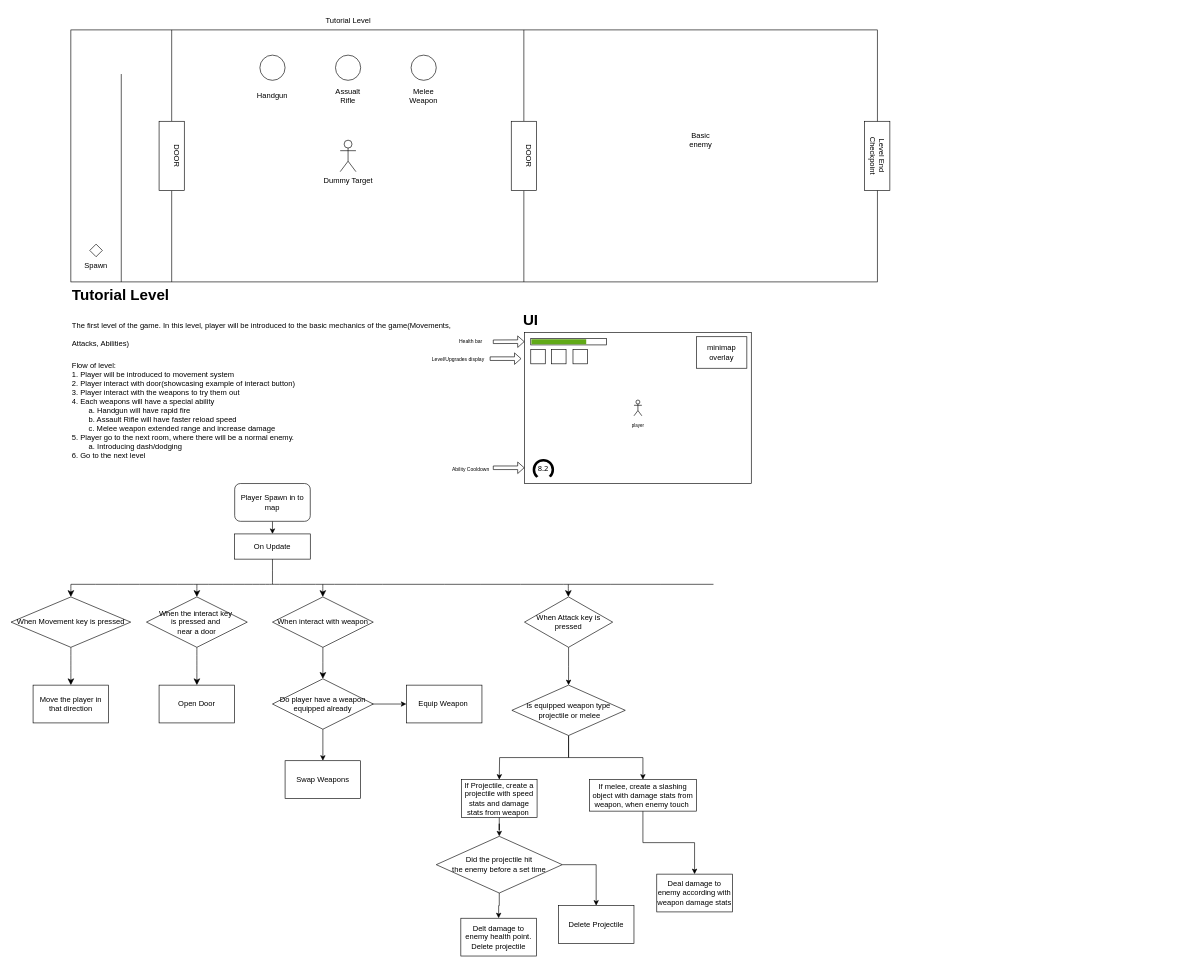
The draw.io diagram 15-final_project/initial_planning/Level_1.drawio in bwnz1x/COMP12a, before the edit. Source tidied: cells renumbered, new cells numbered last; positions are measured from the earlier drawing's top-left corner, leaving out a move shared by most shapes. Both pictures are drawn from the tidied source at 63%, with x=0, y=0 at pixel (11, 11).
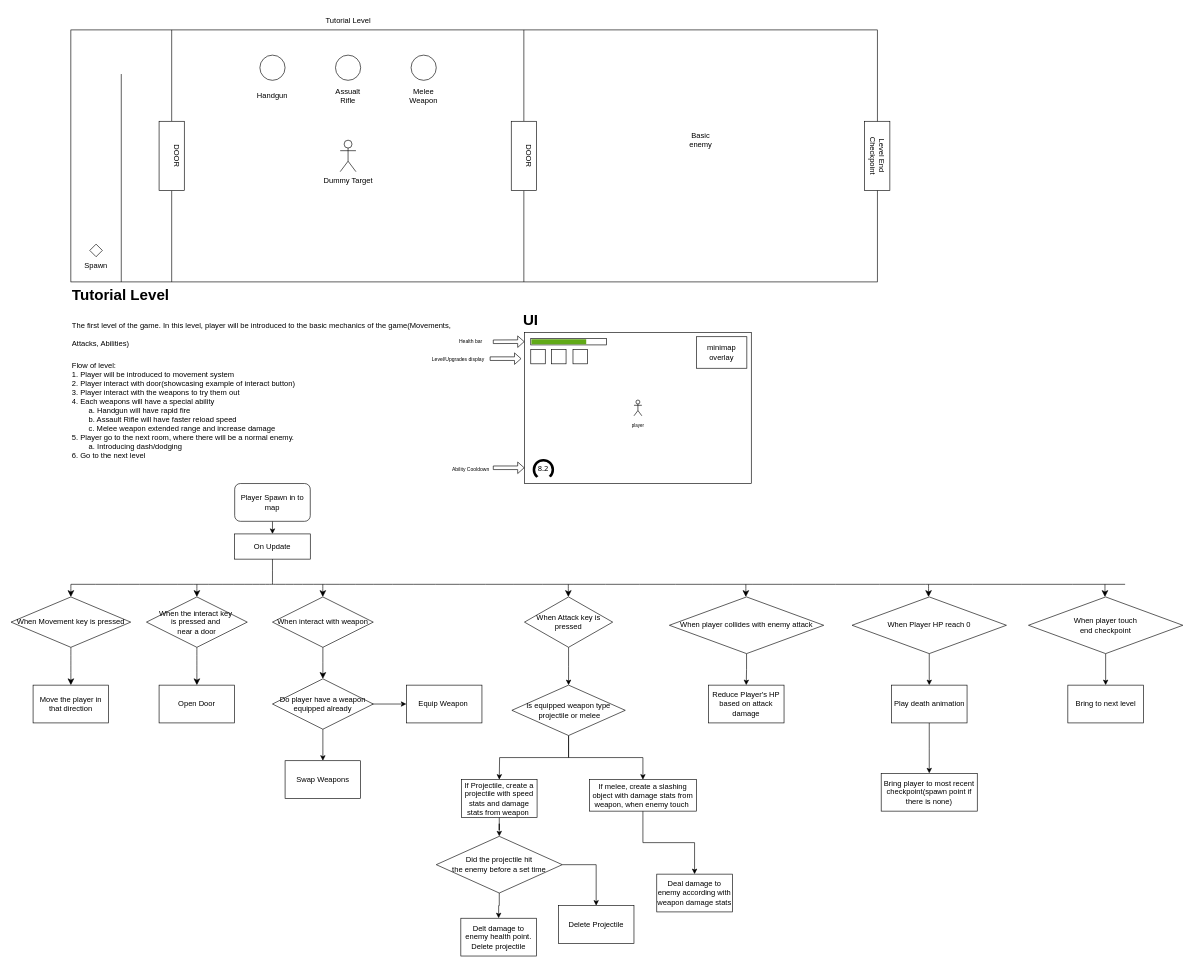
The same page after the edit.

Diff of the diagram source:
```diff
@@
     <mxCell id="56" style="endArrow=none;html=1;rounded=0;fontSize=12;startSize=8;endSize=8;curved=1;" parent="1" edge="1">
       <mxGeometry relative="1" as="geometry">
         <mxPoint x="415" y="910" as="sourcePoint" />
-        <mxPoint x="1115" y="910" as="targetPoint" />
+        <mxPoint x="1768.4" y="910" as="targetPoint" />
       </mxGeometry>
     </mxCell>
@@
+    <mxCell id="83" style="endArrow=classic;html=1;rounded=0;fontSize=12;startSize=8;endSize=8;curved=1;" parent="1" edge="1">
+      <mxGeometry relative="1" as="geometry">
+        <mxPoint x="1166.4" y="910" as="sourcePoint" />
+        <mxPoint x="1166.4" y="930" as="targetPoint" />
+      </mxGeometry>
+    </mxCell>
+    <mxCell id="84" style="edgeStyle=orthogonalEdgeStyle;rounded=0;jettySize=auto;html=1;" parent="1" edge="1" source="85" target="86">
+      <mxGeometry relative="1" as="geometry" />
+    </mxCell>
+    <mxCell id="85" value="When player collides with enemy attack" style="rhombus;whiteSpace=wrap;html=1;" parent="1" vertex="1">
+      <mxGeometry x="1045" y="930" width="245" height="90" as="geometry" />
+    </mxCell>
+    <mxCell id="86" value="Reduce Player's HP based on attack damage" style="whiteSpace=wrap;html=1;" parent="1" vertex="1">
+      <mxGeometry x="1107" y="1070" width="120" height="60" as="geometry" />
+    </mxCell>
+    <mxCell id="87" style="endArrow=classic;html=1;rounded=0;fontSize=12;startSize=8;endSize=8;curved=1;" parent="1" edge="1">
+      <mxGeometry relative="1" as="geometry">
+        <mxPoint x="1456.4" y="910" as="sourcePoint" />
+        <mxPoint x="1456.4" y="930" as="targetPoint" />
+      </mxGeometry>
+    </mxCell>
+    <mxCell id="88" style="edgeStyle=orthogonalEdgeStyle;rounded=0;jettySize=auto;html=1;" parent="1" edge="1" source="89" target="91">
+      <mxGeometry relative="1" as="geometry" />
+    </mxCell>
+    <mxCell id="89" value="When Player HP reach 0" style="rhombus;whiteSpace=wrap;html=1;" parent="1" vertex="1">
+      <mxGeometry x="1335" y="930" width="245" height="90" as="geometry" />
+    </mxCell>
+    <mxCell id="90" style="edgeStyle=orthogonalEdgeStyle;rounded=0;jettySize=auto;html=1;" parent="1" edge="1" source="91" target="92">
+      <mxGeometry relative="1" as="geometry" />
+    </mxCell>
+    <mxCell id="91" value="Play death animation" style="whiteSpace=wrap;html=1;" parent="1" vertex="1">
+      <mxGeometry x="1397.5" y="1070" width="120" height="60" as="geometry" />
+    </mxCell>
+    <mxCell id="92" value="Bring player to most recent checkpoint(spawn point if there is none)" style="whiteSpace=wrap;html=1;" parent="1" vertex="1">
+      <mxGeometry x="1381.2" y="1210" width="152.5" height="60" as="geometry" />
+    </mxCell>
+    <mxCell id="93" style="endArrow=classic;html=1;rounded=0;fontSize=12;startSize=8;endSize=8;curved=1;" parent="1" edge="1">
+      <mxGeometry relative="1" as="geometry">
+        <mxPoint x="1736.4" y="910" as="sourcePoint" />
+        <mxPoint x="1736.4" y="930" as="targetPoint" />
+      </mxGeometry>
+    </mxCell>
+    <mxCell id="94" style="edgeStyle=orthogonalEdgeStyle;rounded=0;jettySize=auto;html=1;" parent="1" edge="1" source="95" target="96">
+      <mxGeometry relative="1" as="geometry" />
+    </mxCell>
+    <mxCell id="95" value="When player touch&lt;div&gt;end checkpoint&lt;/div&gt;" style="rhombus;whiteSpace=wrap;html=1;" parent="1" vertex="1">
+      <mxGeometry x="1615" y="930" width="245" height="90" as="geometry" />
+    </mxCell>
+    <mxCell id="96" value="Bring to next level" style="whiteSpace=wrap;html=1;" parent="1" vertex="1">
+      <mxGeometry x="1677.5" y="1070" width="120" height="60" as="geometry" />
+    </mxCell>
```
